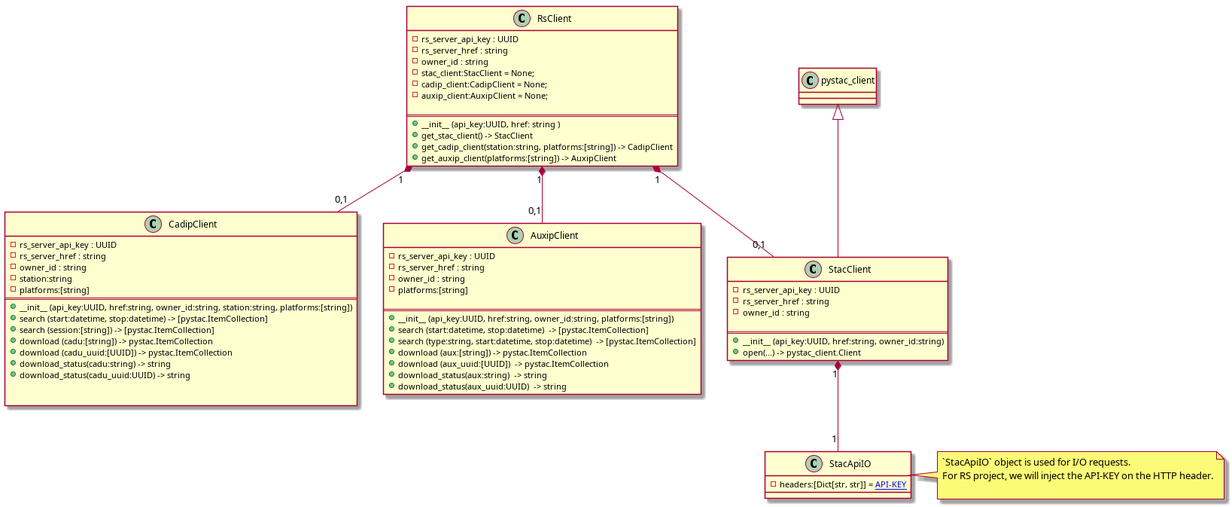
Above: docs/images/python-rs-client.png in RS-PYTHON/rs-client-libraries (PlantUML), before the change. Its source is kept beside it as docs/uml/python-rs-client.plantuml.
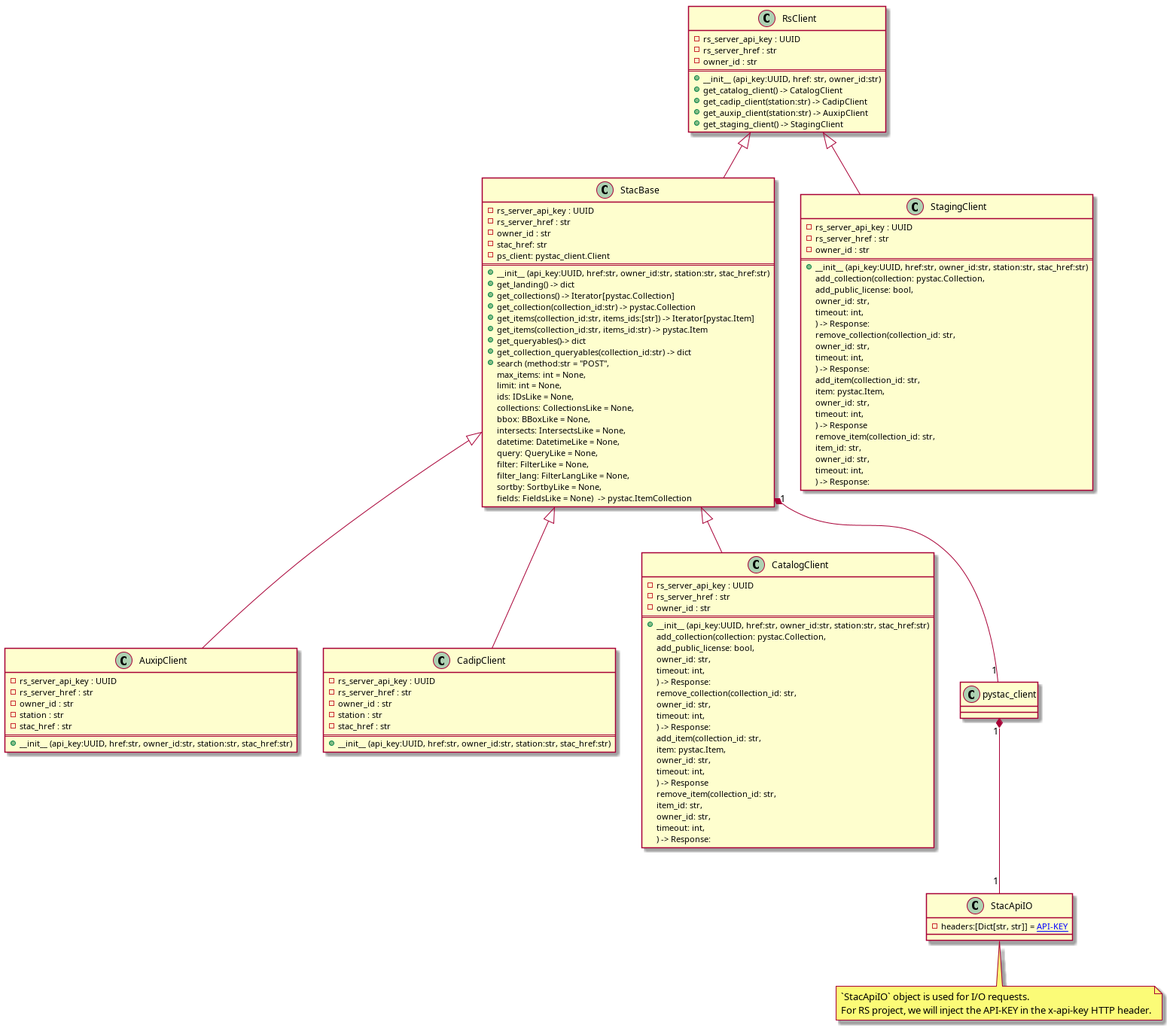
Later version of the same file.

Commit message:
Modification for the general description of the rs-client

What changed in the source:
```diff
@@ -4,20 +4,12 @@
 - rs_server_api_key : UUID
 - rs_server_href : str
 - owner_id : str
-- catalog_client:CatalogClient = None;
-- cadip_client:CadipClient = None;
-- auxip_client:AuxipClient = None;
-- staging_client:AuxipClient = None;
 ==
 + __init__ (api_key:UUID, href: str, owner_id:str)
 + get_catalog_client() -> CatalogClient
 + get_cadip_client(station:str) -> CadipClient
 + get_auxip_client(station:str) -> AuxipClient
 + get_staging_client() -> StagingClient
-}
-
-Class pystac_client {
-
 }
 
 Class StacBase {
@@ -35,19 +27,19 @@
 + get_items(collection_id:str, items_id:str) -> pystac.Item
 + get_queryables()-> dict
 + get_collection_queryables(collection_id:str) -> dict
-+ search (method:str | None = "POST",
-        max_items: int | None = None,
-        limit: int | None = None,
-        ids: IDsLike | None = None,
-        collections: CollectionsLike | None = None,
-        bbox: BBoxLike | None = None,
-        intersects: IntersectsLike | None = None,
-        datetime: DatetimeLike | None = None,
-        query: QueryLike | None = None,
-        filter: FilterLike | None = None,
-        filter_lang: FilterLangLike | None = None,
-        sortby: SortbyLike | None = None,
-        fields: FieldsLike | None = None)  -> pystac.ItemCollection
++ search (method:str = "POST",
+        max_items: int = None,
+        limit: int = None,
+        ids: IDsLike = None,
+        collections: CollectionsLike = None,
+        bbox: BBoxLike = None,
+        intersects: IntersectsLike = None,
+        datetime: DatetimeLike = None,
+        query: QueryLike = None,
+        filter: FilterLike = None,
+        filter_lang: FilterLangLike = None,
+        sortby: SortbyLike = None,
+        fields: FieldsLike = None)  -> pystac.ItemCollection
 }
 
 Class AuxipClient {
@@ -124,19 +116,23 @@
     ) -> Response:
 }
 
+Class pystac_client {
+
+}
+
 Class StacApiIO {
  - headers:[Dict[str, str]] = [["API-KEY", "myKey"]]
 }
 
-RsClient "1" *-- "0,1" StacBase
-RsClient "1" *-- "0,1" StagingClient
-StacBase "1" *-- "0,1" CadipClient
-StacBase "1" *-- "0,1" CatalogClient
-StacBase "1" *-- "0,1" AuxipClient
-pystac_client <|-- StacBase
-StacBase "1" *-- "1"  StacApiIO
+RsClient <|-- StacBase
+RsClient <|-- StagingClient
+StacBase <|-- CadipClient
+StacBase <|-- CatalogClient
+StacBase <|-- AuxipClient
+StacBase "1" *-- "1" pystac_client
+pystac_client "1" *-- "1"  StacApiIO
 
-note right
+note bottom
 `StacApiIO` object is used for I/O requests.
 For RS project, we will inject the API-KEY in the x-api-key HTTP header.
 end note
```
